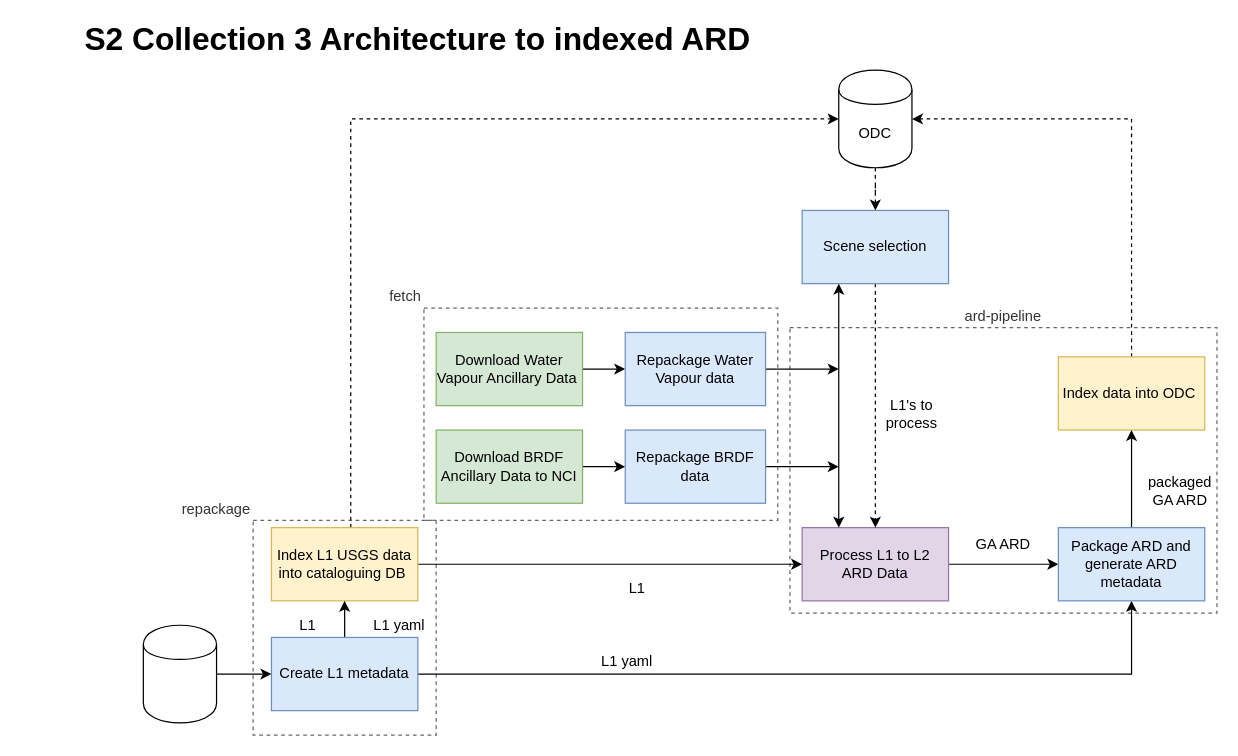
Before: collection3/s2c3dataflow.drawio in dunkgray/dea-document-images, a draw.io diagram. Source tidied: cells renumbered, new cells numbered last; positions are measured from the earlier drawing's top-left corner, leaving out a move shared by most shapes. Both pictures are drawn from the tidied source at 122%, with x=0, y=0 at pixel (21, 27).
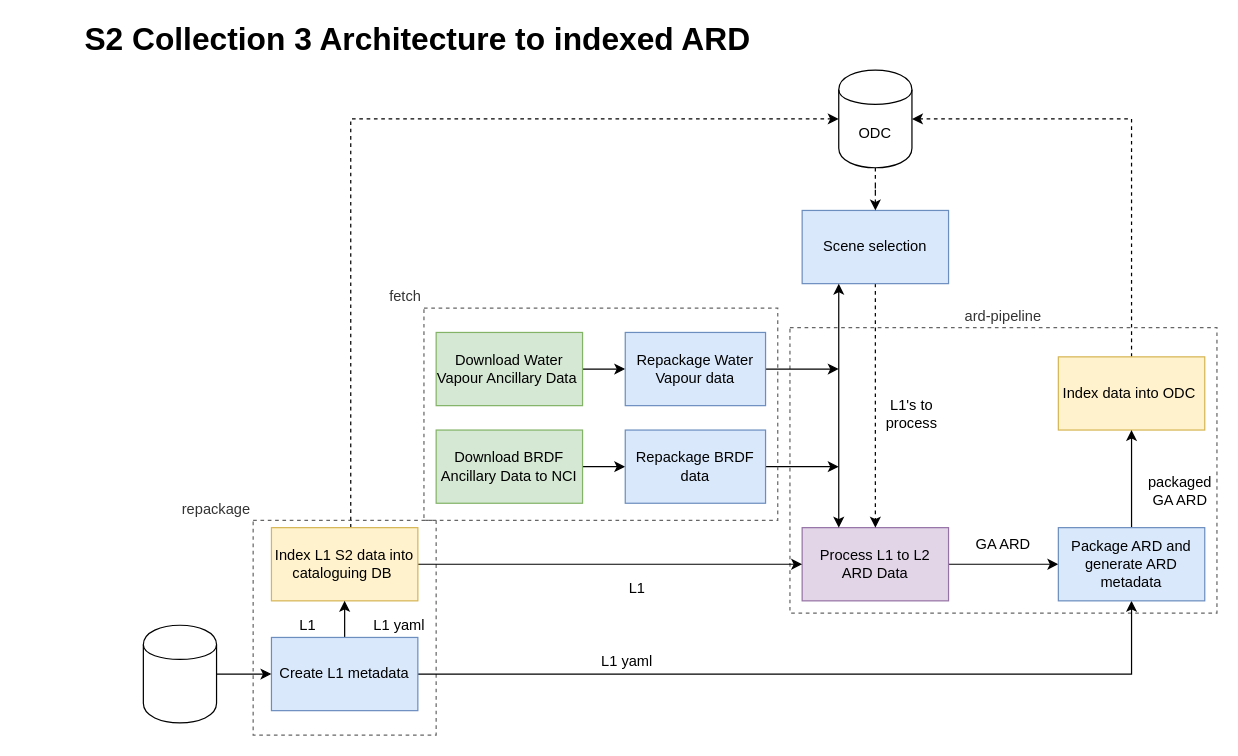
The same diagram, later.

What changed in the source:
```diff
@@
-    <mxCell id="19" value="Index L1 USGS data into cataloguing DB&amp;nbsp;" style="rounded=0;whiteSpace=wrap;html=1;fillColor=#fff2cc;strokeColor=#d6b656;" parent="1" vertex="1">
+    <mxCell id="19" value="Index L1 S2 data into cataloguing DB&amp;nbsp;" style="rounded=0;whiteSpace=wrap;html=1;fillColor=#fff2cc;strokeColor=#d6b656;" parent="1" vertex="1">
       <mxGeometry x="205" y="410" width="120" height="60" as="geometry" />
     </mxCell>
```
